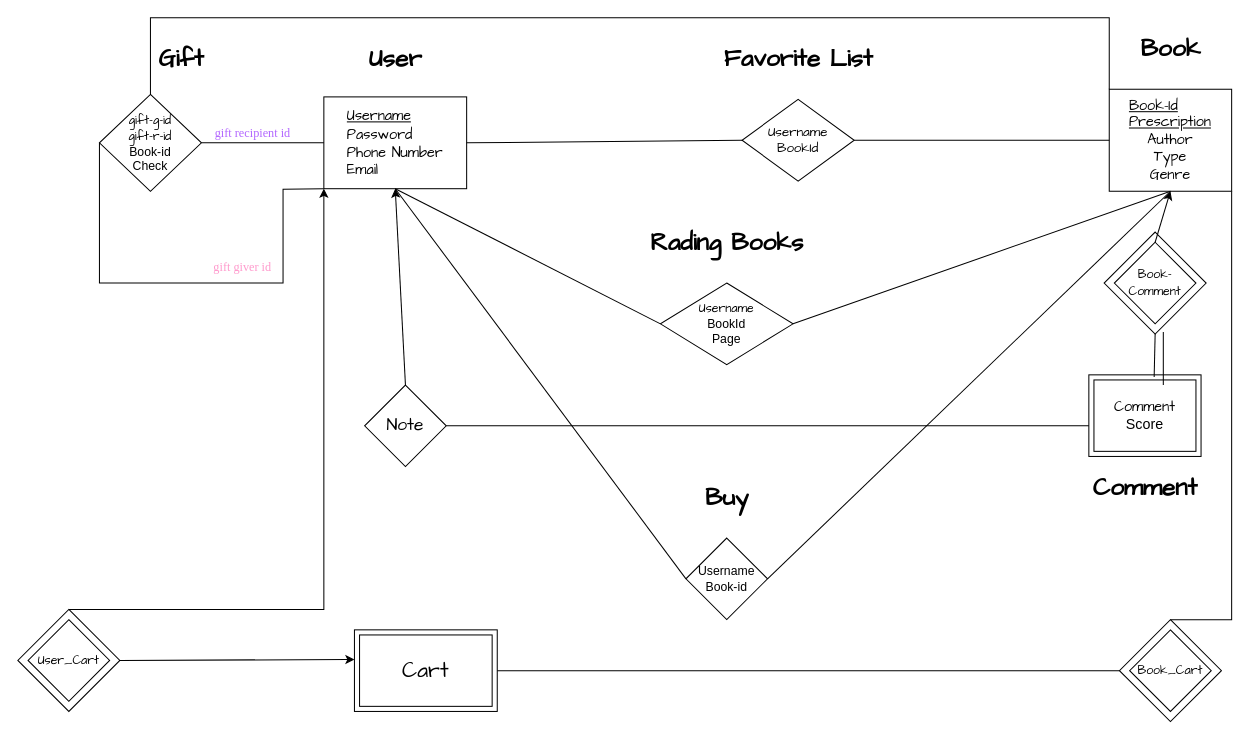
fatemehprb/ER-Diagram keeps this draw.io diagram as Untitled Diagram.drawio. Above is the earlier version. Source tidied: cells renumbered, new cells numbered last; positions are measured from the earlier drawing's top-left corner, leaving out a move shared by most shapes. Both pictures are drawn from the tidied source at 102%, with x=0, y=0 at pixel (17, 17).
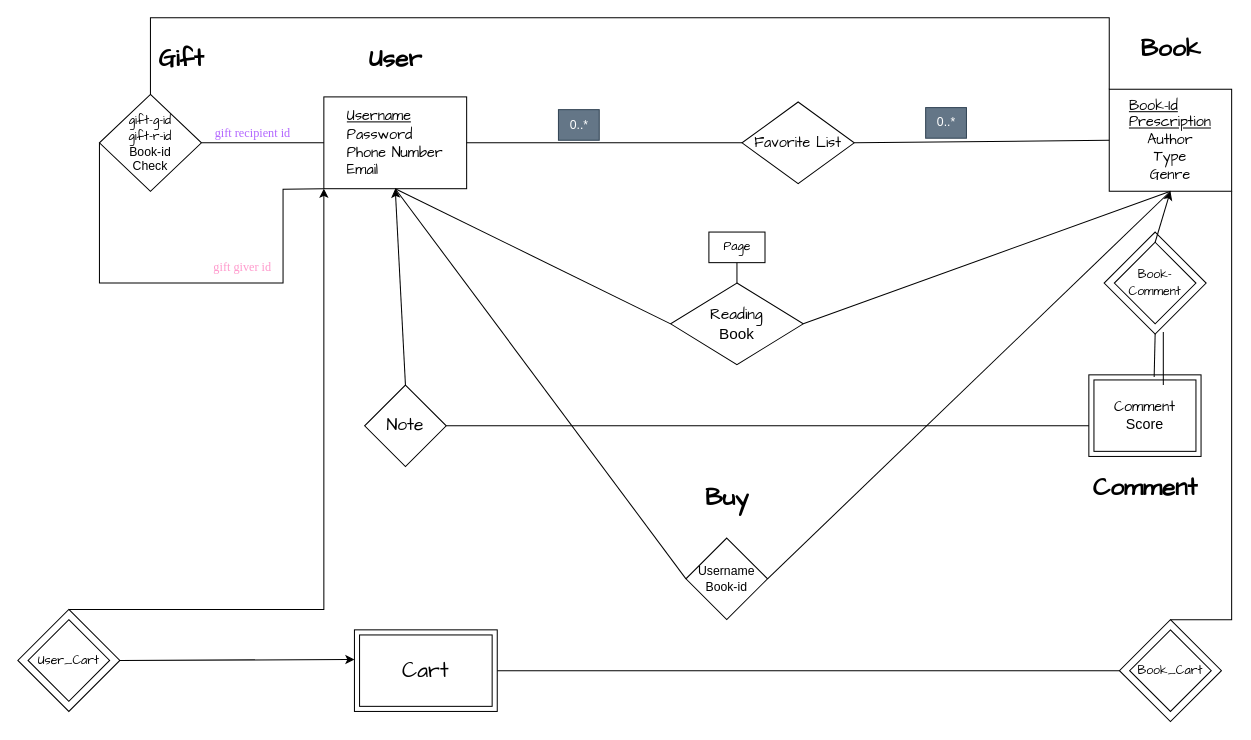
The same diagram, later.

Change to the diagram source:
```diff
@@
-    <mxCell id="9" value="&lt;div&gt;&lt;font style=&quot;font-size: 13px;&quot; face=&quot;Comic Sans MS&quot;&gt;Username&lt;/font&gt;&lt;/div&gt;&lt;div&gt;&lt;font style=&quot;font-size: 13px;&quot; face=&quot;Comic Sans MS&quot;&gt;BookId&lt;br&gt;&lt;/font&gt;&lt;/div&gt;" style="rhombus;whiteSpace=wrap;html=1;" parent="1" vertex="1">
-      <mxGeometry x="710" y="80" width="110" height="80" as="geometry" />
+    <mxCell id="9" value="&lt;font style=&quot;font-size: 14px;&quot; face=&quot;Comic Sans MS&quot;&gt;Favorite List&lt;/font&gt;" style="rhombus;whiteSpace=wrap;html=1;" parent="1" vertex="1">
+      <mxGeometry x="710" y="82.5" width="110" height="80" as="geometry" />
     </mxCell>
-    <mxCell id="10" value="&lt;font face=&quot;Comic Sans MS&quot;&gt;Favorite List&lt;br&gt;&lt;/font&gt;" style="text;strokeColor=none;fillColor=none;html=1;fontSize=24;fontStyle=1;verticalAlign=middle;align=center;" parent="1" vertex="1">
-      <mxGeometry x="715" y="20" width="100" height="40" as="geometry" />
-    </mxCell>
@@
-    <mxCell id="13" value="&lt;div&gt;&lt;font face=&quot;Comic Sans MS&quot;&gt;Username&lt;/font&gt;&lt;/div&gt;&lt;div&gt;&lt;font face=&quot;NOxf-u_4CmnmiJUvCoG2&quot;&gt;BookId&lt;/font&gt;&lt;/div&gt;&lt;div&gt;&lt;font face=&quot;NOxf-u_4CmnmiJUvCoG2&quot;&gt;Page&lt;br&gt;&lt;/font&gt;&lt;/div&gt;" style="rhombus;whiteSpace=wrap;html=1;" parent="1" vertex="1">
-      <mxGeometry x="630" y="260" width="130" height="80" as="geometry" />
+    <mxCell id="13" value="&lt;div style=&quot;font-size: 15px;&quot;&gt;&lt;font style=&quot;font-size: 15px;&quot; face=&quot;Comic Sans MS&quot;&gt;Reading&lt;/font&gt;&lt;/div&gt;&lt;div style=&quot;font-size: 15px;&quot;&gt;&lt;font style=&quot;font-size: 15px;&quot; face=&quot;Xin_lLQxRSFJA7oIeodW&quot;&gt;&lt;font style=&quot;font-size: 15px;&quot;&gt;Book&lt;/font&gt;&lt;/font&gt;&lt;font style=&quot;font-size: 15px;&quot; face=&quot;Xin_lLQxRSFJA7oIeodW&quot;&gt;&lt;br&gt;&lt;/font&gt;&lt;/div&gt;" style="rhombus;whiteSpace=wrap;html=1;" parent="1" vertex="1">
+      <mxGeometry x="640" y="260" width="130" height="80" as="geometry" />
     </mxCell>
-    <mxCell id="14" value="&lt;font face=&quot;Comic Sans MS&quot;&gt;Rading Books&lt;br&gt;&lt;/font&gt;" style="text;strokeColor=none;fillColor=none;html=1;fontSize=24;fontStyle=1;verticalAlign=middle;align=center;" parent="1" vertex="1">
-      <mxGeometry x="645" y="200" width="100" height="40" as="geometry" />
-    </mxCell>
@@
+    <mxCell id="44" value="&lt;div&gt;&lt;br&gt;&lt;/div&gt;&lt;div&gt;&lt;font face=&quot;Comic Sans MS&quot;&gt;Page&lt;/font&gt;&lt;br&gt;&lt;/div&gt;" style="rounded=0;whiteSpace=wrap;html=1;spacingTop=-16;" parent="1" vertex="1">
+      <mxGeometry x="677.5" y="210" width="55" height="30" as="geometry" />
+    </mxCell>
+    <mxCell id="45" style="endArrow=none;html=1;rounded=0;exitX=0.5;exitY=0;exitDx=0;exitDy=0;entryX=0.5;entryY=1;entryDx=0;entryDy=0;" parent="1" edge="1" source="13" target="44">
+      <mxGeometry relative="1" as="geometry" />
+    </mxCell>
+    <mxCell id="46" value="0..*" style="text;html=1;align=center;verticalAlign=middle;strokeColor=#314354;fillColor=#647687;fontColor=#ffffff;" parent="1" vertex="1">
+      <mxGeometry x="530" y="90" width="40" height="30" as="geometry" />
+    </mxCell>
+    <mxCell id="47" value="0..*" style="text;html=1;align=center;verticalAlign=middle;strokeColor=#314354;fillColor=#647687;fontColor=#ffffff;" parent="1" vertex="1">
+      <mxGeometry x="890" y="88" width="40" height="30" as="geometry" />
+    </mxCell>
```
